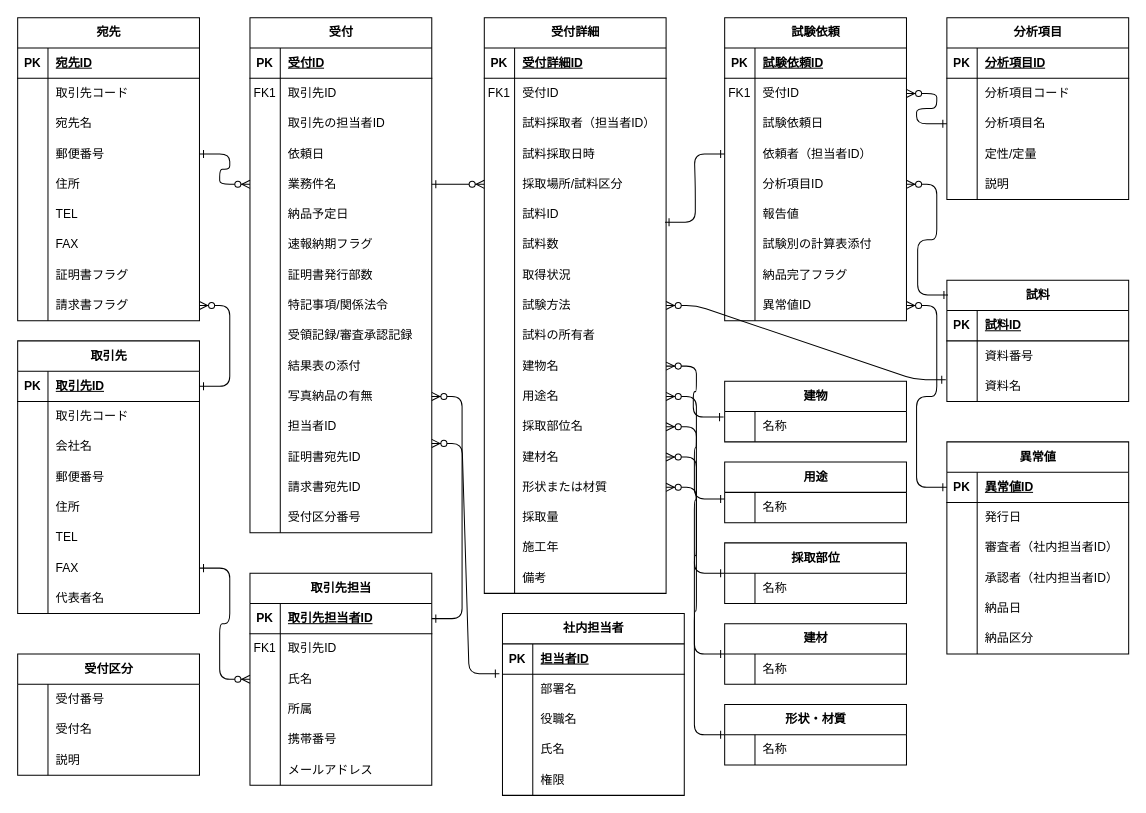
Earlier version of the draw.io diagram page "ER図" (6 of 6) of 試料分析システム.drawio (kaoru387/draw.io). Source tidied: cells renumbered, new cells numbered last; positions are measured from the earlier drawing's top-left corner, leaving out a move shared by most shapes. Both pictures are drawn from the tidied source at 101%, with x=0, y=0 at pixel (17, 17).
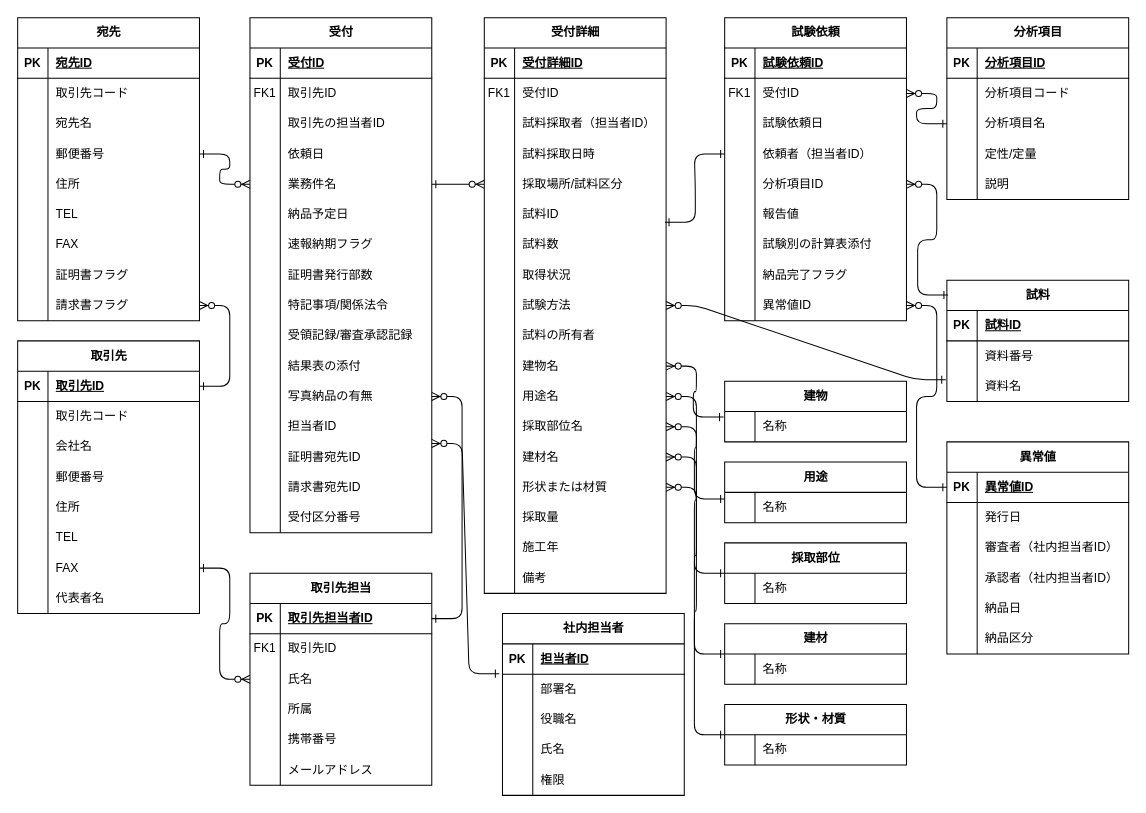
The same page after the edit.

What changed in the source:
```diff
@@
-    <mxCell id="282" value="受付区分" style="shape=table;startSize=30;childLayout=tableLayout;rowLines=0;fontStyle=1;align=center;html=1;" parent="1" vertex="1">
-      <mxGeometry y="630" width="180" height="120" as="geometry" />
-    </mxCell>
-    <mxCell id="283" style="shape=tableRow;horizontal=0;startSize=0;swimlaneHead=0;swimlaneBody=0;fillColor=none;top=0;left=0;right=0;bottom=0;" parent="282" vertex="1">
-      <mxGeometry y="30" width="180" height="30" as="geometry" />
-    </mxCell>
-    <mxCell id="284" style="shape=partialRectangle;fillColor=none;top=0;left=0;bottom=0;right=0;overflow=hidden;whiteSpace=wrap;html=1;" parent="283" vertex="1">
-      <mxGeometry width="30" height="30" as="geometry" />
-    </mxCell>
-    <mxCell id="285" value="受付番号" style="shape=partialRectangle;fillColor=none;top=0;left=0;bottom=0;right=0;align=left;spacingLeft=6;overflow=hidden;whiteSpace=wrap;html=1;" parent="283" vertex="1">
-      <mxGeometry x="30" width="150" height="30" as="geometry" />
-    </mxCell>
-    <mxCell id="286" style="shape=tableRow;horizontal=0;startSize=0;swimlaneHead=0;swimlaneBody=0;fillColor=none;top=0;left=0;right=0;bottom=0;" parent="282" vertex="1">
-      <mxGeometry y="60" width="180" height="30" as="geometry" />
-    </mxCell>
-    <mxCell id="287" style="shape=partialRectangle;fillColor=none;top=0;left=0;bottom=0;right=0;overflow=hidden;whiteSpace=wrap;html=1;" parent="286" vertex="1">
-      <mxGeometry width="30" height="30" as="geometry" />
-    </mxCell>
-    <mxCell id="288" value="受付名" style="shape=partialRectangle;fillColor=none;top=0;left=0;bottom=0;right=0;align=left;spacingLeft=6;overflow=hidden;whiteSpace=wrap;html=1;" parent="286" vertex="1">
-      <mxGeometry x="30" width="150" height="30" as="geometry" />
-    </mxCell>
-    <mxCell id="289" style="shape=tableRow;horizontal=0;startSize=0;swimlaneHead=0;swimlaneBody=0;fillColor=none;top=0;left=0;right=0;bottom=0;" parent="282" vertex="1">
-      <mxGeometry y="90" width="180" height="30" as="geometry" />
-    </mxCell>
-    <mxCell id="290" style="shape=partialRectangle;fillColor=none;top=0;left=0;bottom=0;right=0;overflow=hidden;whiteSpace=wrap;html=1;" parent="289" vertex="1">
-      <mxGeometry width="30" height="30" as="geometry" />
-    </mxCell>
-    <mxCell id="291" value="説明" style="shape=partialRectangle;fillColor=none;top=0;left=0;bottom=0;right=0;align=left;spacingLeft=6;overflow=hidden;whiteSpace=wrap;html=1;" parent="289" vertex="1">
-      <mxGeometry x="30" width="150" height="30" as="geometry" />
-    </mxCell>
```
